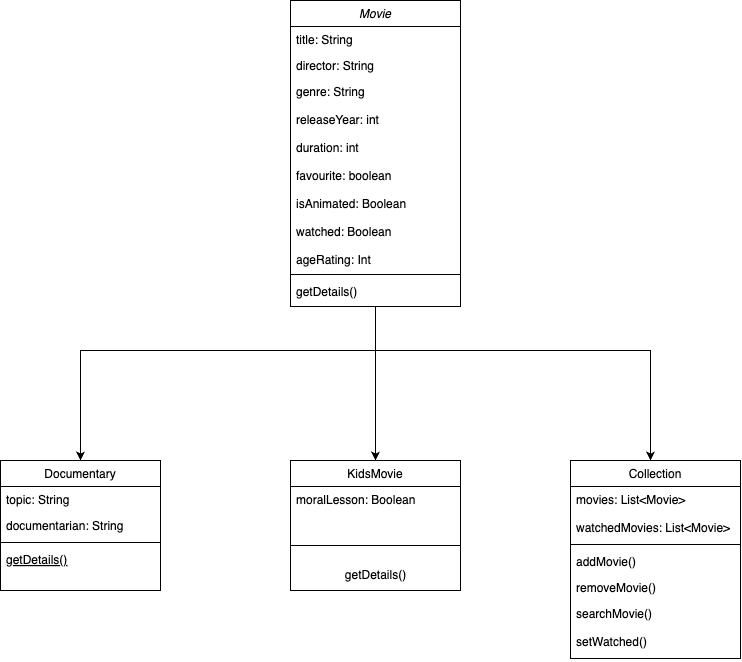
This is Assigment4Class.drawio (2).png from Syed-119/Assignment4CollectionManager, a draw.io export, as it was before one commit. Source tidied: cells renumbered, new cells last; positions are measured from the earlier drawing's top-left corner, leaving out a move shared by most shapes. The source it was exported from:
```xml
<mxGraphModel>
  <root>
    <mxCell id="0" />
    <mxCell id="1" parent="0" />
    <mxCell id="2" style="edgeStyle=orthogonalEdgeStyle;rounded=0;jettySize=auto;html=1;" parent="1" edge="1" source="5" target="16">
      <mxGeometry relative="1" as="geometry">
        <Array as="points">
          <mxPoint x="375" y="420" />
          <mxPoint x="375" y="420" />
        </Array>
      </mxGeometry>
    </mxCell>
    <mxCell id="3" style="edgeStyle=orthogonalEdgeStyle;rounded=0;jettySize=auto;html=1;" parent="1" edge="1" source="5" target="11">
      <mxGeometry relative="1" as="geometry">
        <Array as="points">
          <mxPoint x="375" y="350" />
          <mxPoint x="80" y="350" />
        </Array>
      </mxGeometry>
    </mxCell>
    <mxCell id="4" style="edgeStyle=orthogonalEdgeStyle;rounded=0;jettySize=auto;html=1;" parent="1" edge="1" source="5" target="20">
      <mxGeometry relative="1" as="geometry">
        <Array as="points">
          <mxPoint x="375" y="350" />
          <mxPoint x="650" y="350" />
        </Array>
      </mxGeometry>
    </mxCell>
    <mxCell id="5" value="Movie" style="swimlane;fontStyle=2;align=center;verticalAlign=top;horizontal=1;startSize=26;rounded=0;shadow=0;strokeWidth=1;" parent="1" vertex="1">
      <mxGeometry x="290" width="170" height="306" as="geometry" />
    </mxCell>
    <mxCell id="6" value="title: String" style="text;align=left;verticalAlign=top;spacingLeft=4;spacingRight=4;overflow=hidden;" parent="5" vertex="1">
      <mxGeometry y="26" width="170" height="26" as="geometry" />
    </mxCell>
    <mxCell id="7" value="director: String" style="text;align=left;verticalAlign=top;spacingLeft=4;spacingRight=4;overflow=hidden;rounded=0;shadow=0;html=0;" parent="5" vertex="1">
      <mxGeometry y="52" width="170" height="26" as="geometry" />
    </mxCell>
    <mxCell id="8" value="genre: String&#10;&#10;releaseYear: int&#10;&#10;duration: int&#10;&#10;favourite: boolean&#10;&#10;isAnimated: Boolean&#10;&#10;watched: Boolean&#10;&#10;ageRating: Int" style="text;align=left;verticalAlign=top;spacingLeft=4;spacingRight=4;overflow=hidden;rounded=0;shadow=0;html=0;" parent="5" vertex="1">
      <mxGeometry y="78" width="170" height="192" as="geometry" />
    </mxCell>
    <mxCell id="9" style="line;html=1;strokeWidth=1;align=left;verticalAlign=middle;spacingTop=-1;spacingLeft=3;spacingRight=3;labelPosition=right;" parent="5" vertex="1">
      <mxGeometry y="270" width="170" height="8" as="geometry" />
    </mxCell>
    <mxCell id="10" value="getDetails()" style="text;align=left;verticalAlign=top;spacingLeft=4;spacingRight=4;overflow=hidden;" parent="5" vertex="1">
      <mxGeometry y="278" width="170" height="28" as="geometry" />
    </mxCell>
    <mxCell id="11" value="Documentary" style="swimlane;fontStyle=0;align=center;verticalAlign=top;horizontal=1;startSize=26;rounded=0;shadow=0;strokeWidth=1;" parent="1" vertex="1">
      <mxGeometry y="460" width="160" height="130" as="geometry" />
    </mxCell>
    <mxCell id="12" value="topic: String" style="text;align=left;verticalAlign=top;spacingLeft=4;spacingRight=4;overflow=hidden;" parent="11" vertex="1">
      <mxGeometry y="26" width="160" height="26" as="geometry" />
    </mxCell>
    <mxCell id="13" value="documentarian: String" style="text;align=left;verticalAlign=top;spacingLeft=4;spacingRight=4;overflow=hidden;rounded=0;shadow=0;html=0;" parent="11" vertex="1">
      <mxGeometry y="52" width="160" height="26" as="geometry" />
    </mxCell>
    <mxCell id="14" style="line;html=1;strokeWidth=1;align=left;verticalAlign=middle;spacingTop=-1;spacingLeft=3;spacingRight=3;labelPosition=right;" parent="11" vertex="1">
      <mxGeometry y="78" width="160" height="8" as="geometry" />
    </mxCell>
    <mxCell id="15" value="getDetails()" style="text;align=left;verticalAlign=top;spacingLeft=4;spacingRight=4;overflow=hidden;fontStyle=4;" parent="11" vertex="1">
      <mxGeometry y="86" width="160" height="26" as="geometry" />
    </mxCell>
    <mxCell id="16" value="KidsMovie" style="swimlane;fontStyle=0;align=center;verticalAlign=top;horizontal=1;startSize=26;rounded=0;shadow=0;strokeWidth=1;" parent="1" vertex="1">
      <mxGeometry x="290" y="460" width="170" height="130" as="geometry" />
    </mxCell>
    <mxCell id="17" value="moralLesson: Boolean" style="text;align=left;verticalAlign=top;spacingLeft=4;spacingRight=4;overflow=hidden;" parent="16" vertex="1">
      <mxGeometry y="26" width="170" height="44" as="geometry" />
    </mxCell>
    <mxCell id="18" style="line;html=1;strokeWidth=1;align=left;verticalAlign=middle;spacingTop=-1;spacingLeft=3;spacingRight=3;labelPosition=right;" parent="16" vertex="1">
      <mxGeometry y="70" width="170" height="30" as="geometry" />
    </mxCell>
    <mxCell id="19" value="getDetails()" style="text;html=1;align=center;verticalAlign=middle;strokeColor=none;fillColor=none;" parent="16" vertex="1">
      <mxGeometry y="100" width="170" height="30" as="geometry" />
    </mxCell>
    <mxCell id="20" value="Collection" style="swimlane;fontStyle=0;align=center;verticalAlign=top;horizontal=1;startSize=26;rounded=0;shadow=0;strokeWidth=1;" parent="1" vertex="1">
      <mxGeometry x="570" y="460" width="170" height="198" as="geometry" />
    </mxCell>
    <mxCell id="21" value="movies: List&lt;Movie&gt;&#10;&#10;watchedMovies: List&lt;Movie&gt;" style="text;align=left;verticalAlign=top;spacingLeft=4;spacingRight=4;overflow=hidden;" parent="20" vertex="1">
      <mxGeometry y="26" width="170" height="54" as="geometry" />
    </mxCell>
    <mxCell id="22" style="line;html=1;strokeWidth=1;align=left;verticalAlign=middle;spacingTop=-1;spacingLeft=3;spacingRight=3;labelPosition=right;" parent="20" vertex="1">
      <mxGeometry y="80" width="170" height="8" as="geometry" />
    </mxCell>
    <mxCell id="23" value="addMovie()" style="text;align=left;verticalAlign=top;spacingLeft=4;spacingRight=4;overflow=hidden;" parent="20" vertex="1">
      <mxGeometry y="88" width="170" height="26" as="geometry" />
    </mxCell>
    <mxCell id="24" value="removeMovie()" style="text;align=left;verticalAlign=top;spacingLeft=4;spacingRight=4;overflow=hidden;" parent="20" vertex="1">
      <mxGeometry y="114" width="170" height="26" as="geometry" />
    </mxCell>
    <mxCell id="25" value="searchMovie()&#10;&#10;setWatched()" style="text;align=left;verticalAlign=top;spacingLeft=4;spacingRight=4;overflow=hidden;" parent="20" vertex="1">
      <mxGeometry y="140" width="170" height="58" as="geometry" />
    </mxCell>
  </root>
</mxGraphModel>
```
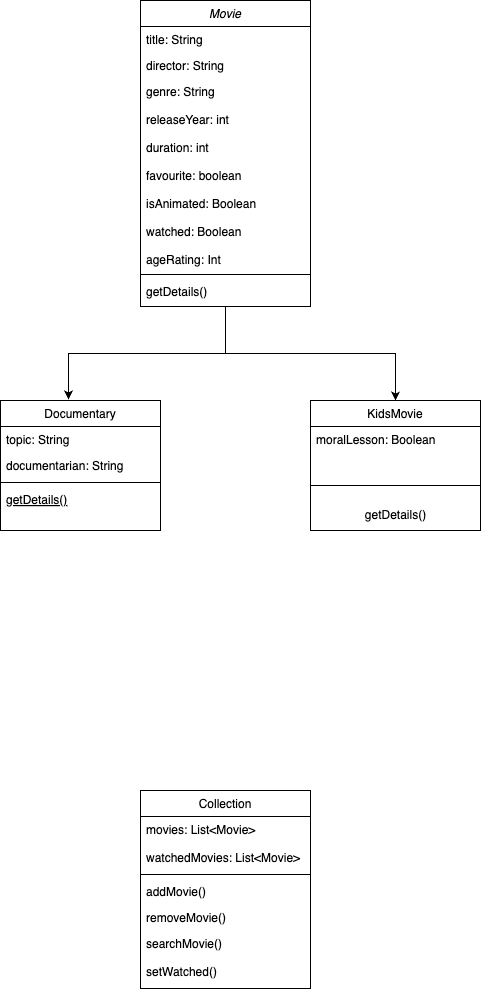
The same file after the commit.

The edit, as a diff of the source:
```diff
@@ -2,30 +2,9 @@
   <root>
     <mxCell id="0" />
     <mxCell id="1" parent="0" />
-    <mxCell id="2" style="edgeStyle=orthogonalEdgeStyle;rounded=0;jettySize=auto;html=1;" parent="1" edge="1" source="5" target="16">
-      <mxGeometry relative="1" as="geometry">
-        <Array as="points">
-          <mxPoint x="375" y="420" />
-          <mxPoint x="375" y="420" />
-        </Array>
-      </mxGeometry>
+    <mxCell id="2" style="edgeStyle=orthogonalEdgeStyle;rounded=0;jettySize=auto;html=1;entryX=0.5;entryY=0;entryDx=0;entryDy=0;" parent="1" edge="1" source="5" target="16">
+      <mxGeometry relative="1" as="geometry" />
     </mxCell>
-    <mxCell id="3" style="edgeStyle=orthogonalEdgeStyle;rounded=0;jettySize=auto;html=1;" parent="1" edge="1" source="5" target="11">
-      <mxGeometry relative="1" as="geometry">
-        <Array as="points">
-          <mxPoint x="375" y="350" />
-          <mxPoint x="80" y="350" />
-        </Array>
-      </mxGeometry>
-    </mxCell>
-    <mxCell id="4" style="edgeStyle=orthogonalEdgeStyle;rounded=0;jettySize=auto;html=1;" parent="1" edge="1" source="5" target="20">
-      <mxGeometry relative="1" as="geometry">
-        <Array as="points">
-          <mxPoint x="375" y="350" />
-          <mxPoint x="650" y="350" />
-        </Array>
-      </mxGeometry>
-    </mxCell>
     <mxCell id="5" value="Movie" style="swimlane;fontStyle=2;align=center;verticalAlign=top;horizontal=1;startSize=26;rounded=0;shadow=0;strokeWidth=1;" parent="1" vertex="1">
       <mxGeometry x="290" width="170" height="306" as="geometry" />
     </mxCell>
@@ -45,7 +24,7 @@
       <mxGeometry y="278" width="170" height="28" as="geometry" />
     </mxCell>
     <mxCell id="11" value="Documentary" style="swimlane;fontStyle=0;align=center;verticalAlign=top;horizontal=1;startSize=26;rounded=0;shadow=0;strokeWidth=1;" parent="1" vertex="1">
-      <mxGeometry y="460" width="160" height="130" as="geometry" />
+      <mxGeometry x="150" y="400" width="160" height="130" as="geometry" />
     </mxCell>
     <mxCell id="12" value="topic: String" style="text;align=left;verticalAlign=top;spacingLeft=4;spacingRight=4;overflow=hidden;" parent="11" vertex="1">
       <mxGeometry y="26" width="160" height="26" as="geometry" />
@@ -60,7 +39,7 @@
       <mxGeometry y="86" width="160" height="26" as="geometry" />
     </mxCell>
     <mxCell id="16" value="KidsMovie" style="swimlane;fontStyle=0;align=center;verticalAlign=top;horizontal=1;startSize=26;rounded=0;shadow=0;strokeWidth=1;" parent="1" vertex="1">
-      <mxGeometry x="290" y="460" width="170" height="130" as="geometry" />
+      <mxGeometry x="460" y="400" width="170" height="130" as="geometry" />
     </mxCell>
     <mxCell id="17" value="moralLesson: Boolean" style="text;align=left;verticalAlign=top;spacingLeft=4;spacingRight=4;overflow=hidden;" parent="16" vertex="1">
       <mxGeometry y="26" width="170" height="44" as="geometry" />
@@ -72,7 +51,7 @@
       <mxGeometry y="100" width="170" height="30" as="geometry" />
     </mxCell>
     <mxCell id="20" value="Collection" style="swimlane;fontStyle=0;align=center;verticalAlign=top;horizontal=1;startSize=26;rounded=0;shadow=0;strokeWidth=1;" parent="1" vertex="1">
-      <mxGeometry x="570" y="460" width="170" height="198" as="geometry" />
+      <mxGeometry x="290" y="790" width="170" height="198" as="geometry" />
     </mxCell>
     <mxCell id="21" value="movies: List&lt;Movie&gt;&#10;&#10;watchedMovies: List&lt;Movie&gt;" style="text;align=left;verticalAlign=top;spacingLeft=4;spacingRight=4;overflow=hidden;" parent="20" vertex="1">
       <mxGeometry y="26" width="170" height="54" as="geometry" />
@@ -89,5 +68,8 @@
     <mxCell id="25" value="searchMovie()&#10;&#10;setWatched()" style="text;align=left;verticalAlign=top;spacingLeft=4;spacingRight=4;overflow=hidden;" parent="20" vertex="1">
       <mxGeometry y="140" width="170" height="58" as="geometry" />
     </mxCell>
+    <mxCell id="3" style="edgeStyle=orthogonalEdgeStyle;rounded=0;jettySize=auto;html=1;entryX=0.425;entryY=-0.008;entryDx=0;entryDy=0;entryPerimeter=0;" parent="1" edge="1" source="5" target="11">
+      <mxGeometry relative="1" as="geometry" />
+    </mxCell>
   </root>
 </mxGraphModel>
```
